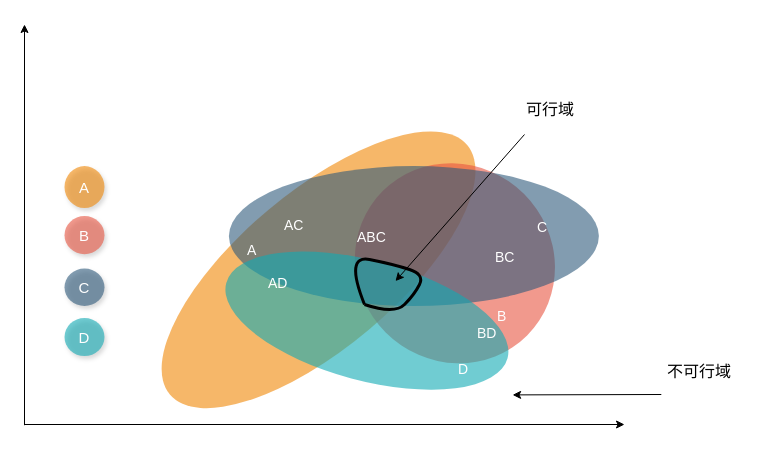
codelyc/Hello-World keeps this draw.io diagram as 帕累托多维.drawio. Above is the earlier version. Source tidied: cells renumbered, new cells numbered last; positions are measured from the earlier drawing's top-left corner, leaving out a move shared by most shapes. Both pictures are drawn from the tidied source at 100%, with x=0, y=0 at pixel (24, 24).
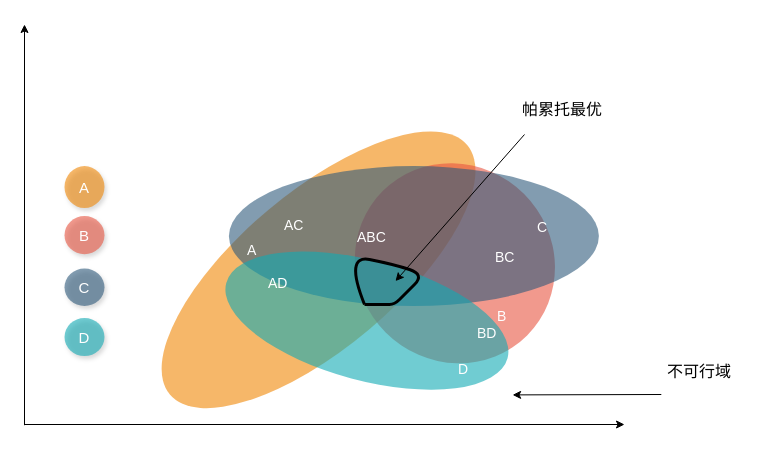
The same diagram, later.

Commit message:
Update 帕累托多维.drawio

What changed in the source:
```diff
@@
     <mxCell id="22" style="curved=1;endArrow=none;html=1;rounded=0;endFill=0;strokeWidth=3;" parent="1" edge="1">
       <mxGeometry relative="1" as="geometry">
         <mxPoint x="340" y="280" as="sourcePoint" />
         <mxPoint x="340" y="280" as="targetPoint" />
         <Array as="points">
-          <mxPoint x="370" y="290" />
-          <mxPoint x="390" y="270" />
+          <mxPoint x="360" y="280" />
+          <mxPoint x="370" y="280" />
+          <mxPoint x="380" y="270" />
           <mxPoint x="400" y="250" />
           <mxPoint x="370" y="240" />
           <mxPoint x="320" y="230" />
         </Array>
       </mxGeometry>
     </mxCell>
-    <mxCell id="23" value="&lt;font style=&quot;font-size: 16px;&quot;&gt;可行域&lt;/font&gt;" style="text;html=1;strokeColor=none;fillColor=none;align=center;verticalAlign=middle;whiteSpace=wrap;rounded=0;shadow=1;" parent="1" vertex="1">
-      <mxGeometry x="496.3" y="70" width="60" height="30" as="geometry" />
+    <mxCell id="23" value="&lt;font style=&quot;font-size: 16px;&quot;&gt;帕累托最优&lt;/font&gt;" style="text;html=1;strokeColor=none;fillColor=none;align=center;verticalAlign=middle;whiteSpace=wrap;rounded=0;shadow=1;" parent="1" vertex="1">
+      <mxGeometry x="496.3" y="70" width="83.7" height="30" as="geometry" />
     </mxCell>
```
